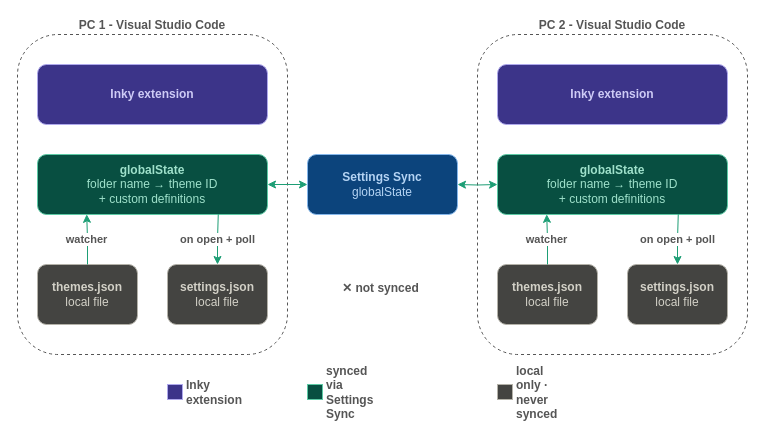
The draw.io diagram assets/raw/diagram.drawio in alan-null/vscode-inky, before the edit. Source tidied: cells renumbered, new cells numbered last; positions are measured from the earlier drawing's top-left corner, leaving out a move shared by most shapes. Both pictures are drawn from the tidied source at 100%, with x=0, y=0 at pixel (17, 34).
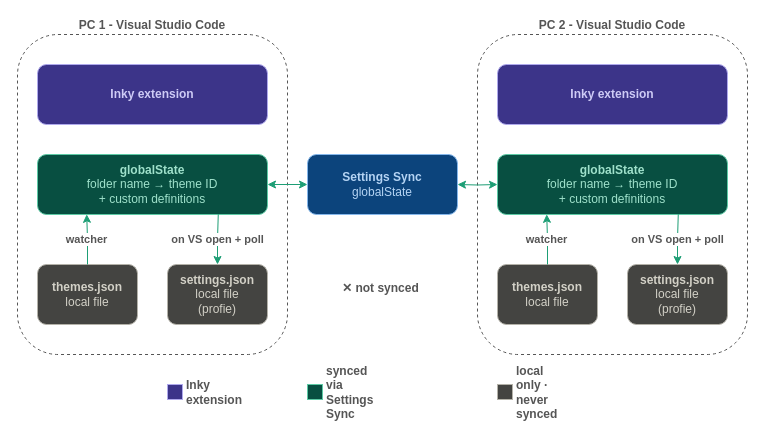
After the change.

Commit message (it also covers changes not shown here):
Update diagram and clarify architecture and limitations

Unchanged cells that the change refers to:
```xml
<mxCell id="4" value="&lt;b&gt;globalState&lt;/b&gt;&lt;br&gt;folder name → theme ID&lt;br&gt;+ custom definitions" style="rounded=1;whiteSpace=wrap;html=1;fillColor=#084F41;strokeColor=#5DCAA5;fontColor=#9FE1CB;" parent="1" vertex="1">
  <mxGeometry x="20" y="120" width="230" height="60" as="geometry" />
</mxCell>
<mxCell id="18" value="&lt;b&gt;globalState&lt;/b&gt;&lt;br&gt;folder name → theme ID&lt;br&gt;+ custom definitions" style="rounded=1;whiteSpace=wrap;html=1;fillColor=#084F41;strokeColor=#5DCAA5;fontColor=#9FE1CB;" parent="1" vertex="1">
  <mxGeometry x="480" y="120" width="230" height="60" as="geometry" />
</mxCell>
```

Change to the diagram source:
```diff
@@
-    <mxCell id="6" value="&lt;b&gt;settings.json&lt;/b&gt;&lt;br&gt;local file" style="rounded=1;whiteSpace=wrap;html=1;fillColor=#444441;strokeColor=#B4B2A9;fontColor=#D3D1C7;" parent="1" vertex="1">
+    <mxCell id="6" value="&lt;b&gt;settings.json&lt;/b&gt;&lt;br&gt;local file&lt;br&gt;(profie)" style="rounded=1;whiteSpace=wrap;html=1;fillColor=#444441;strokeColor=#B4B2A9;fontColor=#D3D1C7;" parent="1" vertex="1">
       <mxGeometry x="150" y="230" width="100" height="60" as="geometry" />
     </mxCell>
@@
-    <mxCell id="8" value="on open + poll" style="edgeStyle=orthogonalEdgeStyle;rounded=0;jettySize=auto;html=1;entryX=0.786;entryY=0.997;entryDx=0;entryDy=0;entryPerimeter=0;fontColor=#555555;startArrow=classic;startFill=1;endArrow=none;endFill=0;strokeColor=#1D9E75;fontStyle=1;" parent="1" edge="1" source="6" target="4">
+    <mxCell id="8" value="on VS open + poll" style="edgeStyle=orthogonalEdgeStyle;rounded=0;jettySize=auto;html=1;entryX=0.786;entryY=0.997;entryDx=0;entryDy=0;entryPerimeter=0;fontColor=#555555;startArrow=classic;startFill=1;endArrow=none;endFill=0;strokeColor=#1D9E75;fontStyle=1;" parent="1" edge="1" source="6" target="4">
       <mxGeometry relative="1" as="geometry" />
     </mxCell>
@@
-    <mxCell id="20" value="&lt;b&gt;settings.json&lt;/b&gt;&lt;br&gt;local file" style="rounded=1;whiteSpace=wrap;html=1;fillColor=#444441;strokeColor=#B4B2A9;fontColor=#D3D1C7;" parent="1" vertex="1">
+    <mxCell id="20" value="&lt;b&gt;settings.json&lt;/b&gt;&lt;br&gt;local file&lt;br&gt;(profie)" style="rounded=1;whiteSpace=wrap;html=1;fillColor=#444441;strokeColor=#B4B2A9;fontColor=#D3D1C7;" parent="1" vertex="1">
       <mxGeometry x="610" y="230" width="100" height="60" as="geometry" />
     </mxCell>
@@
-    <mxCell id="22" value="on open + poll" style="edgeStyle=orthogonalEdgeStyle;rounded=0;jettySize=auto;html=1;entryX=0.786;entryY=0.997;entryDx=0;entryDy=0;entryPerimeter=0;fontColor=#555555;startArrow=classic;startFill=1;endArrow=none;endFill=0;strokeColor=#1D9E75;fontStyle=1;" parent="1" edge="1" source="20" target="18">
+    <mxCell id="22" value="on VS open + poll" style="edgeStyle=orthogonalEdgeStyle;rounded=0;jettySize=auto;html=1;entryX=0.786;entryY=0.997;entryDx=0;entryDy=0;entryPerimeter=0;fontColor=#555555;startArrow=classic;startFill=1;endArrow=none;endFill=0;strokeColor=#1D9E75;fontStyle=1;" parent="1" edge="1" source="20" target="18">
       <mxGeometry relative="1" as="geometry" />
     </mxCell>
```
